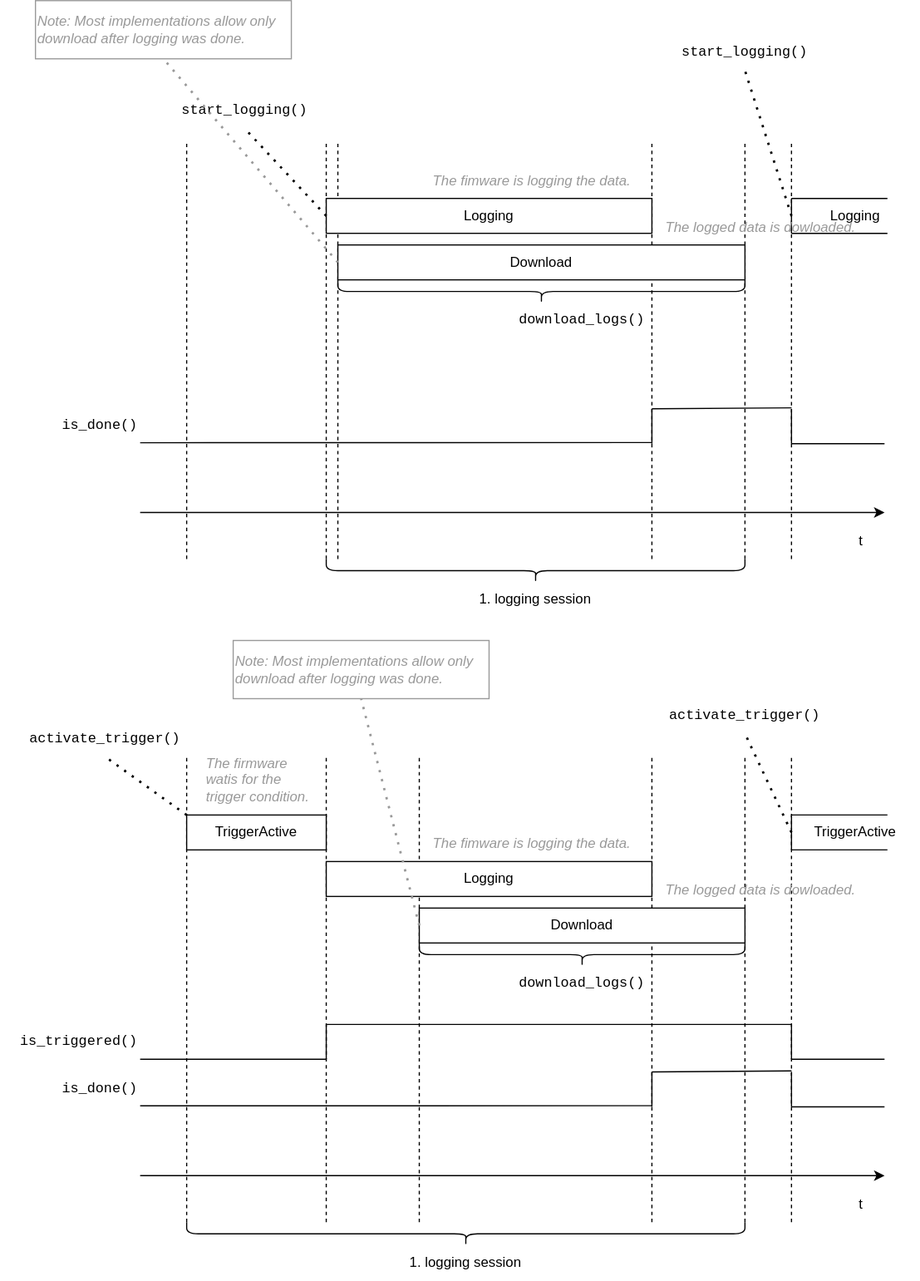
Earlier version of the draw.io export docs/datalogger.drawio.svg (analogdevicesinc/PyTrinamic). Source tidied: cells renumbered, new cells last; positions are measured from the earlier drawing's top-left corner, leaving out a move shared by most shapes.
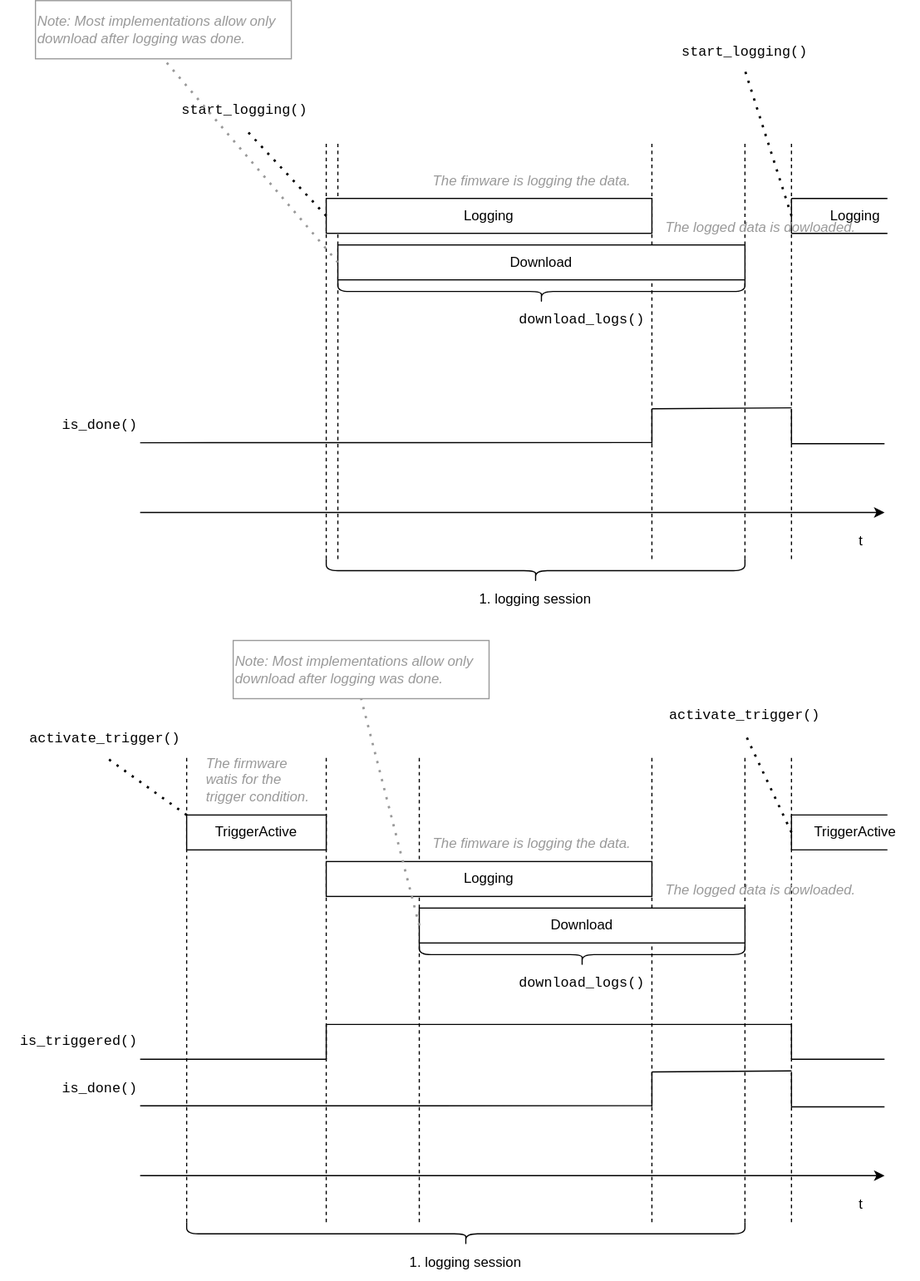
After the commit.

Commit message:
Docs: Improve the Datalogger's documentation

Change to the diagram source:
```diff
@@ -8,12 +8,6 @@
         <mxPoint x="640" y="120" as="targetPoint" />
       </mxGeometry>
     </mxCell>
-    <mxCell id="3" style="endArrow=none;dashed=1;html=1;" parent="1" edge="1">
-      <mxGeometry relative="1" as="geometry">
-        <mxPoint x="160" y="480" as="sourcePoint" />
-        <mxPoint x="160" y="120" as="targetPoint" />
-      </mxGeometry>
-    </mxCell>
     <mxCell id="4" style="endArrow=none;dashed=1;html=1;" parent="1" edge="1">
       <mxGeometry relative="1" as="geometry">
         <mxPoint x="280" y="480" as="sourcePoint" />
```
